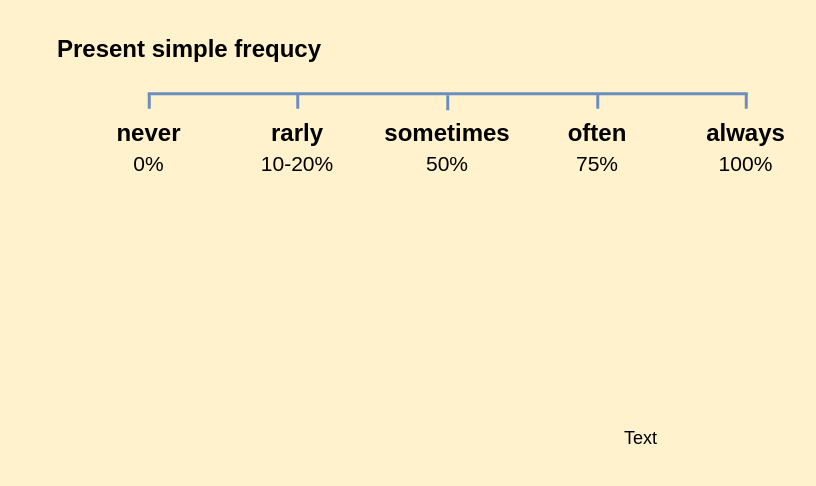
Above: Obsidian note.drawio in Gump8/online-draw-picture (draw.io), before the change. Source tidied: cells renumbered, new cells numbered last; positions are measured from the earlier drawing's top-left corner, leaving out a move shared by most shapes. Both pictures are drawn from the tidied source at 150%, with x=0, y=0 at pixel (26, 26).
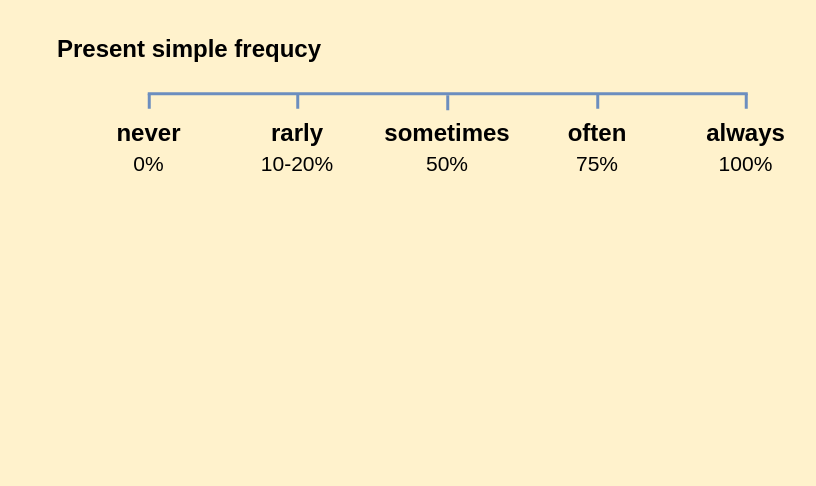
Above is the later version.

Change to the diagram source:
```diff
@@
 <mxGraphModel background="#FFF2CC">
   <root>
     <mxCell id="0" />
     <mxCell id="1" parent="0" />
     <mxCell id="2" style="line;strokeWidth=2;html=1;fillColor=#dae8fc;strokeColor=#6c8ebf;" parent="1" vertex="1">
       <mxGeometry x="81" y="40" width="400" height="10" as="geometry" />
     </mxCell>
     <mxCell id="3" style="line;strokeWidth=2;html=1;direction=south;fillColor=#dae8fc;strokeColor=#6c8ebf;" parent="1" vertex="1">
       <mxGeometry x="276" y="46" width="10" height="10" as="geometry" />
     </mxCell>
     <mxCell id="4" style="line;strokeWidth=2;html=1;direction=south;fillColor=#dae8fc;strokeColor=#6c8ebf;" parent="1" vertex="1">
       <mxGeometry x="77" y="45" width="10" height="10" as="geometry" />
     </mxCell>
     <mxCell id="5" style="line;strokeWidth=2;html=1;direction=south;fillColor=#dae8fc;strokeColor=#6c8ebf;" parent="1" vertex="1">
       <mxGeometry x="475" y="45" width="10" height="10" as="geometry" />
     </mxCell>
     <mxCell id="6" style="line;strokeWidth=2;html=1;direction=south;fillColor=#dae8fc;strokeColor=#6c8ebf;" parent="1" vertex="1">
       <mxGeometry x="176" y="45" width="10" height="10" as="geometry" />
     </mxCell>
     <mxCell id="7" style="line;strokeWidth=2;html=1;direction=south;fillColor=#dae8fc;strokeColor=#6c8ebf;" parent="1" vertex="1">
       <mxGeometry x="376" y="45" width="10" height="10" as="geometry" />
     </mxCell>
     <mxCell id="8" value="never&lt;br style=&quot;font-size: 16px;&quot;&gt;&lt;span style=&quot;font-weight: normal;&quot;&gt;&lt;font style=&quot;font-size: 14px;&quot;&gt;0%&lt;/font&gt;&lt;/span&gt;" style="text;html=1;strokeColor=none;fillColor=none;align=center;verticalAlign=middle;whiteSpace=wrap;rounded=0;fontSize=16;fontStyle=1;" parent="1" vertex="1">
       <mxGeometry x="52" y="66" width="60" height="30" as="geometry" />
     </mxCell>
     <mxCell id="9" value="sometimes&lt;br style=&quot;font-size: 16px;&quot;&gt;&lt;span style=&quot;font-weight: normal;&quot;&gt;&lt;font style=&quot;font-size: 14px;&quot;&gt;50%&lt;/font&gt;&lt;/span&gt;" style="text;html=1;strokeColor=none;fillColor=none;align=center;verticalAlign=middle;whiteSpace=wrap;rounded=0;fontSize=16;fontStyle=1;" parent="1" vertex="1">
       <mxGeometry x="251" y="66" width="60" height="30" as="geometry" />
     </mxCell>
     <mxCell id="10" value="always&lt;br style=&quot;font-size: 16px;&quot;&gt;&lt;font style=&quot;font-size: 14px; font-weight: normal;&quot;&gt;100%&lt;/font&gt;" style="text;html=1;strokeColor=none;fillColor=none;align=center;verticalAlign=middle;whiteSpace=wrap;rounded=0;fontSize=16;fontStyle=1;" parent="1" vertex="1">
       <mxGeometry x="450" y="66" width="60" height="30" as="geometry" />
     </mxCell>
     <mxCell id="11" value="often&lt;br style=&quot;font-size: 16px;&quot;&gt;&lt;font style=&quot;font-size: 14px; font-weight: normal;&quot;&gt;75%&lt;/font&gt;" style="text;html=1;strokeColor=none;fillColor=none;align=center;verticalAlign=middle;whiteSpace=wrap;rounded=0;fontSize=16;fontStyle=1;" parent="1" vertex="1">
       <mxGeometry x="351" y="66" width="60" height="30" as="geometry" />
     </mxCell>
     <mxCell id="12" value="rarly&lt;br style=&quot;font-size: 16px;&quot;&gt;&lt;span style=&quot;font-weight: normal;&quot;&gt;&lt;font style=&quot;font-size: 14px;&quot;&gt;10-20%&lt;/font&gt;&lt;/span&gt;" style="text;html=1;strokeColor=none;fillColor=none;align=center;verticalAlign=middle;whiteSpace=wrap;rounded=0;fontSize=16;fontStyle=1;" parent="1" vertex="1">
       <mxGeometry x="151" y="66" width="60" height="30" as="geometry" />
     </mxCell>
-    <mxCell id="13" value="Text" style="text;html=1;strokeColor=none;fillColor=none;align=center;verticalAlign=middle;whiteSpace=wrap;rounded=0;" parent="1" vertex="1">
-      <mxGeometry x="380" y="260" width="60" height="30" as="geometry" />
-    </mxCell>
     <mxCell id="14" value="Present simple frequcy" style="text;html=1;strokeColor=none;fillColor=none;align=center;verticalAlign=middle;whiteSpace=wrap;rounded=0;fontSize=16;fontStyle=1;" parent="1" vertex="1">
       <mxGeometry width="218" height="30" as="geometry" />
     </mxCell>
   </root>
 </mxGraphModel>
```
